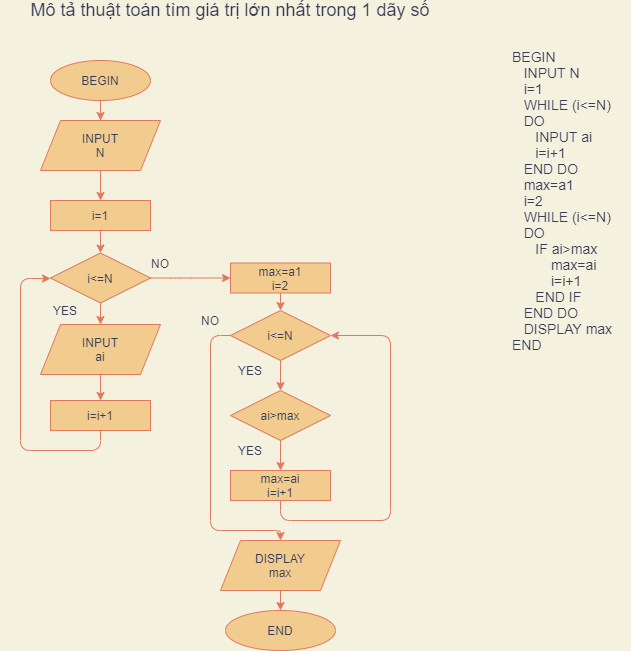
thanhnhan3286/C0123G1---Th-nh-Nh-n keeps this draw.io diagram as ss3_ma_gia_luu_do/Mô tả thuật toán tìm giá trị lớn nhất trong 1 dãy số.png. Above is the earlier version. Source tidied: cells renumbered, new cells last; positions are measured from the earlier drawing's top-left corner, leaving out a move shared by most shapes.
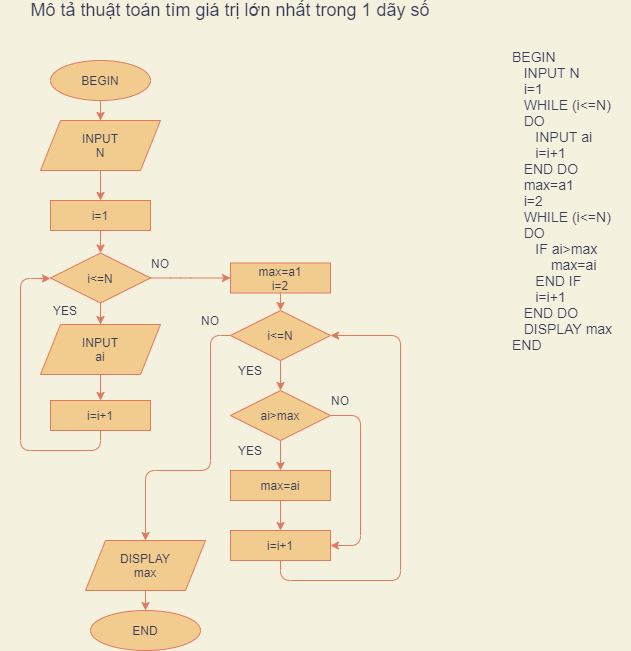
After the commit.

The edit, as a diff of the source:
```diff
@@ -19,7 +19,7 @@
     <mxCell id="6" value="INPUT&lt;br&gt;N" style="shape=parallelogram;perimeter=parallelogramPerimeter;whiteSpace=wrap;html=1;fixedSize=1;fillColor=#F2CC8F;strokeColor=#E07A5F;fontColor=#393C56;" parent="1" vertex="1">
       <mxGeometry x="40" y="120" width="120" height="50" as="geometry" />
     </mxCell>
-    <mxCell id="7" value="&lt;div&gt;&lt;span style=&quot;font-size: 14px&quot;&gt;BEGIN&lt;/span&gt;&lt;/div&gt;&lt;div&gt;&lt;span style=&quot;font-size: 14px&quot;&gt;&amp;nbsp; &amp;nbsp;INPUT N&lt;/span&gt;&lt;/div&gt;&lt;div&gt;&lt;span style=&quot;font-size: 14px&quot;&gt;&amp;nbsp; &amp;nbsp;i=1&lt;/span&gt;&lt;/div&gt;&lt;div&gt;&lt;span style=&quot;font-size: 14px&quot;&gt;&amp;nbsp; &amp;nbsp;WHILE (i&amp;lt;=N)&lt;/span&gt;&lt;/div&gt;&lt;div&gt;&lt;span style=&quot;font-size: 14px&quot;&gt;&amp;nbsp; &amp;nbsp;DO&lt;/span&gt;&lt;/div&gt;&lt;div&gt;&lt;span style=&quot;font-size: 14px&quot;&gt;&amp;nbsp; &amp;nbsp; &amp;nbsp; INPUT ai&lt;/span&gt;&lt;/div&gt;&lt;div&gt;&lt;span style=&quot;font-size: 14px&quot;&gt;&amp;nbsp; &amp;nbsp; &amp;nbsp; i=i+1&lt;/span&gt;&lt;/div&gt;&lt;div&gt;&lt;span style=&quot;font-size: 14px&quot;&gt;&amp;nbsp; &amp;nbsp;END DO&lt;/span&gt;&lt;/div&gt;&lt;div&gt;&lt;span style=&quot;font-size: 14px&quot;&gt;&amp;nbsp; &amp;nbsp;max=a1&lt;/span&gt;&lt;/div&gt;&lt;div&gt;&lt;span style=&quot;font-size: 14px&quot;&gt;&amp;nbsp; &amp;nbsp;i=2&lt;/span&gt;&lt;/div&gt;&lt;div&gt;&lt;span style=&quot;font-size: 14px&quot;&gt;&amp;nbsp; &amp;nbsp;WHILE (i&amp;lt;=N)&lt;/span&gt;&lt;/div&gt;&lt;div&gt;&lt;span style=&quot;font-size: 14px&quot;&gt;&amp;nbsp; &amp;nbsp;DO&lt;/span&gt;&lt;/div&gt;&lt;div&gt;&lt;span style=&quot;font-size: 14px&quot;&gt;&amp;nbsp; &amp;nbsp; &amp;nbsp; IF ai&amp;gt;max&lt;/span&gt;&lt;/div&gt;&lt;div&gt;&lt;span style=&quot;font-size: 14px&quot;&gt;&amp;nbsp; &amp;nbsp; &amp;nbsp; &amp;nbsp; &amp;nbsp; max=ai&lt;/span&gt;&lt;/div&gt;&lt;div&gt;&lt;span style=&quot;font-size: 14px&quot;&gt;&amp;nbsp; &amp;nbsp; &amp;nbsp; &amp;nbsp; &amp;nbsp; i=i+1&lt;/span&gt;&lt;/div&gt;&lt;div&gt;&lt;span style=&quot;font-size: 14px&quot;&gt;&amp;nbsp; &amp;nbsp; &amp;nbsp; END IF&lt;/span&gt;&lt;/div&gt;&lt;div&gt;&lt;span style=&quot;font-size: 14px&quot;&gt;&amp;nbsp; &amp;nbsp;END DO&lt;/span&gt;&lt;/div&gt;&lt;div&gt;&lt;span style=&quot;font-size: 14px&quot;&gt;&amp;nbsp; &amp;nbsp;DISPLAY max&lt;/span&gt;&lt;/div&gt;&lt;div&gt;&lt;span style=&quot;font-size: 14px&quot;&gt;END&lt;/span&gt;&lt;/div&gt;" style="text;html=1;align=left;verticalAlign=middle;fontColor=#393C56;" parent="1" vertex="1">
+    <mxCell id="7" value="&lt;div&gt;&lt;span style=&quot;font-size: 14px&quot;&gt;BEGIN&lt;/span&gt;&lt;/div&gt;&lt;div&gt;&lt;span style=&quot;font-size: 14px&quot;&gt;&amp;nbsp; &amp;nbsp;INPUT N&lt;/span&gt;&lt;/div&gt;&lt;div&gt;&lt;span style=&quot;font-size: 14px&quot;&gt;&amp;nbsp; &amp;nbsp;i=1&lt;/span&gt;&lt;/div&gt;&lt;div&gt;&lt;span style=&quot;font-size: 14px&quot;&gt;&amp;nbsp; &amp;nbsp;WHILE (i&amp;lt;=N)&lt;/span&gt;&lt;/div&gt;&lt;div&gt;&lt;span style=&quot;font-size: 14px&quot;&gt;&amp;nbsp; &amp;nbsp;DO&lt;/span&gt;&lt;/div&gt;&lt;div&gt;&lt;span style=&quot;font-size: 14px&quot;&gt;&amp;nbsp; &amp;nbsp; &amp;nbsp; INPUT ai&lt;/span&gt;&lt;/div&gt;&lt;div&gt;&lt;span style=&quot;font-size: 14px&quot;&gt;&amp;nbsp; &amp;nbsp; &amp;nbsp; i=i+1&lt;/span&gt;&lt;/div&gt;&lt;div&gt;&lt;span style=&quot;font-size: 14px&quot;&gt;&amp;nbsp; &amp;nbsp;END DO&lt;/span&gt;&lt;/div&gt;&lt;div&gt;&lt;span style=&quot;font-size: 14px&quot;&gt;&amp;nbsp; &amp;nbsp;max=a1&lt;/span&gt;&lt;/div&gt;&lt;div&gt;&lt;span style=&quot;font-size: 14px&quot;&gt;&amp;nbsp; &amp;nbsp;i=2&lt;/span&gt;&lt;/div&gt;&lt;div&gt;&lt;span style=&quot;font-size: 14px&quot;&gt;&amp;nbsp; &amp;nbsp;WHILE (i&amp;lt;=N)&lt;/span&gt;&lt;/div&gt;&lt;div&gt;&lt;span style=&quot;font-size: 14px&quot;&gt;&amp;nbsp; &amp;nbsp;DO&lt;/span&gt;&lt;/div&gt;&lt;div&gt;&lt;span style=&quot;font-size: 14px&quot;&gt;&amp;nbsp; &amp;nbsp; &amp;nbsp; IF ai&amp;gt;max&lt;/span&gt;&lt;/div&gt;&lt;div&gt;&lt;span style=&quot;font-size: 14px&quot;&gt;&amp;nbsp; &amp;nbsp; &amp;nbsp; &amp;nbsp; &amp;nbsp; max=ai&lt;/span&gt;&lt;/div&gt;&lt;div&gt;&lt;span style=&quot;font-size: 14px&quot;&gt;&amp;nbsp; &amp;nbsp; &amp;nbsp; END IF&lt;/span&gt;&lt;/div&gt;&lt;span style=&quot;font-size: 14px&quot;&gt;&amp;nbsp; &amp;nbsp; &amp;nbsp; i=i+1&lt;/span&gt;&lt;div&gt;&lt;span style=&quot;font-size: 14px&quot;&gt;&amp;nbsp; &amp;nbsp;END DO&lt;/span&gt;&lt;/div&gt;&lt;div&gt;&lt;span style=&quot;font-size: 14px&quot;&gt;&amp;nbsp; &amp;nbsp;DISPLAY max&lt;/span&gt;&lt;/div&gt;&lt;div&gt;&lt;span style=&quot;font-size: 14px&quot;&gt;END&lt;/span&gt;&lt;/div&gt;" style="text;html=1;align=left;verticalAlign=middle;fontColor=#393C56;" parent="1" vertex="1">
       <mxGeometry x="510" y="70" width="120" height="260" as="geometry" />
     </mxCell>
     <mxCell id="8" style="edgeStyle=orthogonalEdgeStyle;rounded=0;jettySize=auto;html=1;exitX=0.5;exitY=1;exitDx=0;exitDy=0;labelBackgroundColor=#F4F1DE;strokeColor=#E07A5F;fontColor=#393C56;entryX=0.5;entryY=0;entryDx=0;entryDy=0;entryPerimeter=0;" parent="1" edge="1" source="10" target="19">
@@ -52,7 +52,7 @@
       <mxGeometry x="230" y="360" width="40" height="20" as="geometry" />
     </mxCell>
     <mxCell id="16" value="END" style="ellipse;whiteSpace=wrap;html=1;fillColor=#F2CC8F;strokeColor=#E07A5F;fontColor=#393C56;" parent="1" vertex="1">
-      <mxGeometry x="225" y="610" width="110" height="40" as="geometry" />
+      <mxGeometry x="90" y="610" width="110" height="40" as="geometry" />
     </mxCell>
     <mxCell id="17" value="NO" style="text;html=1;strokeColor=none;fillColor=none;align=center;verticalAlign=middle;whiteSpace=wrap;rounded=0;fontColor=#393C56;" parent="1" vertex="1">
       <mxGeometry x="190" y="310" width="40" height="20" as="geometry" />
@@ -89,7 +89,8 @@
       <mxGeometry relative="1" as="geometry">
         <Array as="points">
           <mxPoint x="210" y="335" />
-          <mxPoint x="210" y="530" />
+          <mxPoint x="210" y="470" />
+          <mxPoint x="145" y="470" />
         </Array>
       </mxGeometry>
     </mxCell>
@@ -99,29 +100,46 @@
     <mxCell id="27" style="edgeStyle=orthogonalEdgeStyle;curved=0;rounded=1;sketch=0;jettySize=auto;html=1;exitX=0.5;exitY=1;exitDx=0;exitDy=0;entryX=0.5;entryY=0;entryDx=0;entryDy=0;strokeColor=#E07A5F;fillColor=#F2CC8F;fontColor=#393C56;" parent="1" edge="1" source="28" target="31">
       <mxGeometry relative="1" as="geometry" />
     </mxCell>
+    <mxCell id="34" style="edgeStyle=orthogonalEdgeStyle;curved=0;rounded=1;sketch=0;jettySize=auto;html=1;exitX=1;exitY=0.5;exitDx=0;exitDy=0;entryX=1;entryY=0.5;entryDx=0;entryDy=0;strokeColor=#E07A5F;fillColor=#F2CC8F;fontColor=#393C56;" parent="1" edge="1" source="28" target="36">
+      <mxGeometry relative="1" as="geometry">
+        <Array as="points">
+          <mxPoint x="360" y="415" />
+          <mxPoint x="360" y="545" />
+        </Array>
+      </mxGeometry>
+    </mxCell>
     <mxCell id="28" value="ai&amp;gt;max" style="rhombus;whiteSpace=wrap;html=1;fillColor=#F2CC8F;strokeColor=#E07A5F;fontColor=#393C56;" parent="1" vertex="1">
       <mxGeometry x="230" y="390" width="100" height="50" as="geometry" />
     </mxCell>
     <mxCell id="29" value="YES" style="text;html=1;strokeColor=none;fillColor=none;align=center;verticalAlign=middle;whiteSpace=wrap;rounded=0;fontColor=#393C56;" parent="1" vertex="1">
       <mxGeometry x="230" y="440" width="40" height="20" as="geometry" />
     </mxCell>
-    <mxCell id="30" style="edgeStyle=orthogonalEdgeStyle;curved=0;rounded=1;sketch=0;jettySize=auto;html=1;exitX=0.5;exitY=1;exitDx=0;exitDy=0;entryX=1;entryY=0.5;entryDx=0;entryDy=0;strokeColor=#E07A5F;fillColor=#F2CC8F;fontColor=#393C56;" parent="1" edge="1" source="31" target="26">
-      <mxGeometry relative="1" as="geometry">
-        <Array as="points">
-          <mxPoint x="280" y="520" />
-          <mxPoint x="390" y="520" />
-          <mxPoint x="390" y="335" />
-        </Array>
-      </mxGeometry>
+    <mxCell id="30" style="edgeStyle=orthogonalEdgeStyle;curved=0;rounded=1;sketch=0;jettySize=auto;html=1;exitX=0.5;exitY=1;exitDx=0;exitDy=0;strokeColor=#E07A5F;fillColor=#F2CC8F;fontColor=#393C56;entryX=0.5;entryY=0;entryDx=0;entryDy=0;" parent="1" edge="1" source="31" target="36">
+      <mxGeometry relative="1" as="geometry" />
     </mxCell>
-    <mxCell id="31" value="max=ai&lt;br&gt;i=i+1" style="rounded=0;whiteSpace=wrap;html=1;fillColor=#F2CC8F;strokeColor=#E07A5F;fontColor=#393C56;" parent="1" vertex="1">
+    <mxCell id="31" value="max=ai" style="rounded=0;whiteSpace=wrap;html=1;fillColor=#F2CC8F;strokeColor=#E07A5F;fontColor=#393C56;" parent="1" vertex="1">
       <mxGeometry x="230" y="470" width="100" height="30" as="geometry" />
     </mxCell>
     <mxCell id="32" style="edgeStyle=orthogonalEdgeStyle;curved=0;rounded=1;sketch=0;jettySize=auto;html=1;exitX=0.5;exitY=1;exitDx=0;exitDy=0;entryX=0.5;entryY=0;entryDx=0;entryDy=0;strokeColor=#E07A5F;fillColor=#F2CC8F;fontColor=#393C56;" parent="1" edge="1" source="33" target="16">
       <mxGeometry relative="1" as="geometry" />
     </mxCell>
     <mxCell id="33" value="DISPLAY&lt;br&gt;max" style="shape=parallelogram;perimeter=parallelogramPerimeter;whiteSpace=wrap;html=1;fixedSize=1;fillColor=#F2CC8F;strokeColor=#E07A5F;fontColor=#393C56;" parent="1" vertex="1">
-      <mxGeometry x="220" y="540" width="120" height="50" as="geometry" />
+      <mxGeometry x="85" y="540" width="120" height="50" as="geometry" />
     </mxCell>
+    <mxCell id="35" style="edgeStyle=orthogonalEdgeStyle;curved=0;rounded=1;sketch=0;jettySize=auto;html=1;exitX=0.5;exitY=1;exitDx=0;exitDy=0;entryX=1;entryY=0.5;entryDx=0;entryDy=0;strokeColor=#E07A5F;fillColor=#F2CC8F;fontColor=#393C56;" parent="1" edge="1" source="36" target="26">
+      <mxGeometry relative="1" as="geometry">
+        <Array as="points">
+          <mxPoint x="280" y="580" />
+          <mxPoint x="400" y="580" />
+          <mxPoint x="400" y="335" />
+        </Array>
+      </mxGeometry>
+    </mxCell>
+    <mxCell id="36" value="i=i+1" style="rounded=0;whiteSpace=wrap;html=1;fillColor=#F2CC8F;strokeColor=#E07A5F;fontColor=#393C56;" parent="1" vertex="1">
+      <mxGeometry x="230" y="530" width="100" height="30" as="geometry" />
+    </mxCell>
+    <mxCell id="37" value="NO" style="text;html=1;strokeColor=none;fillColor=none;align=center;verticalAlign=middle;whiteSpace=wrap;rounded=0;fontColor=#393C56;" parent="1" vertex="1">
+      <mxGeometry x="320" y="390" width="40" height="20" as="geometry" />
+    </mxCell>
   </root>
 </mxGraphModel>
```
